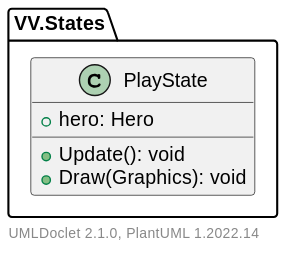
Above: docs/VV/States/package.svg in vieruuuu/valentin-vulture (PlantUML), before the change.
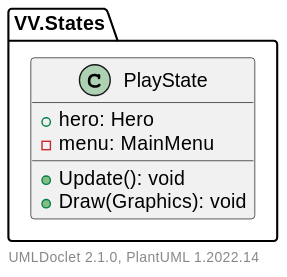
Above is the later version.

Change to the diagram source:
```diff
@@ -3,6 +3,7 @@
 
         class PlayState [[PlayState.html]] {
             +hero: Hero
+            -menu: MainMenu
             +Update(): void
             +Draw(Graphics): void
         }
```
